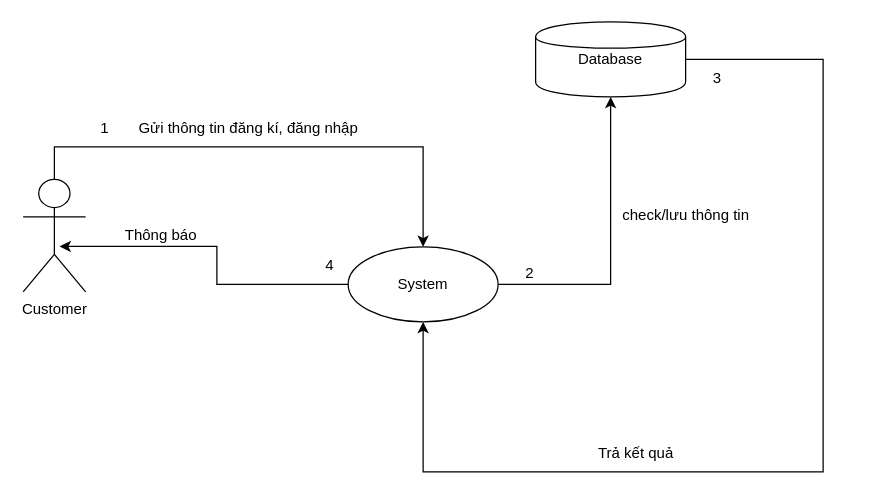
Earlier version of the draw.io diagram colla_dk_dn.drawio (Laurizine/Software_Tecnology_). Source tidied: cells renumbered, new cells numbered last; positions are measured from the earlier drawing's top-left corner, leaving out a move shared by most shapes. Both pictures are drawn from the tidied source at 125%, with x=0, y=0 at pixel (22, 21).
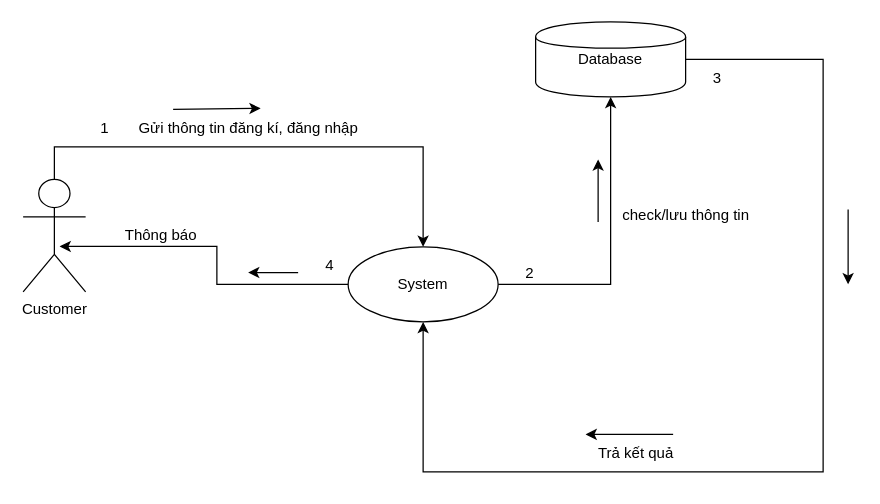
Above is the later version.

Commit message:
Cập nhật colla_dk_dn.drawio

The change refers to these unchanged cells:
```xml
<mxCell id="6" value="Gửi thông tin đăng kí, đăng nhập" style="text;html=1;align=center;verticalAlign=middle;points=[];strokeColor=none;fillColor=none;" parent="1" vertex="1">
  <mxGeometry x="80" y="70" width="200" height="30" as="geometry" />
</mxCell>
```

Diff of the diagram source:
```diff
@@
+    <mxCell id="17" style="endArrow=classic;html=1;rounded=0;entryX=0.55;entryY=-0.027;entryDx=0;entryDy=0;entryPerimeter=0;" parent="1" edge="1" target="6">
+      <mxGeometry relative="1" as="geometry">
+        <mxPoint x="120" y="70" as="sourcePoint" />
+      </mxGeometry>
+    </mxCell>
+    <mxCell id="18" style="endArrow=classic;html=1;rounded=0;" parent="1" edge="1">
+      <mxGeometry relative="1" as="geometry">
+        <mxPoint x="660" y="150" as="sourcePoint" />
+        <mxPoint x="660" y="210" as="targetPoint" />
+      </mxGeometry>
+    </mxCell>
+    <mxCell id="19" style="endArrow=classic;html=1;rounded=0;" parent="1" edge="1">
+      <mxGeometry relative="1" as="geometry">
+        <mxPoint x="520" y="330" as="sourcePoint" />
+        <mxPoint x="450" y="330" as="targetPoint" />
+      </mxGeometry>
+    </mxCell>
+    <mxCell id="20" style="endArrow=classic;html=1;rounded=0;" parent="1" edge="1">
+      <mxGeometry relative="1" as="geometry">
+        <mxPoint x="460" y="160" as="sourcePoint" />
+        <mxPoint x="460" y="110" as="targetPoint" />
+      </mxGeometry>
+    </mxCell>
+    <mxCell id="21" style="endArrow=classic;html=1;rounded=0;" parent="1" edge="1">
+      <mxGeometry relative="1" as="geometry">
+        <mxPoint x="220" y="200.5" as="sourcePoint" />
+        <mxPoint x="180" y="200.5" as="targetPoint" />
+      </mxGeometry>
+    </mxCell>
```
